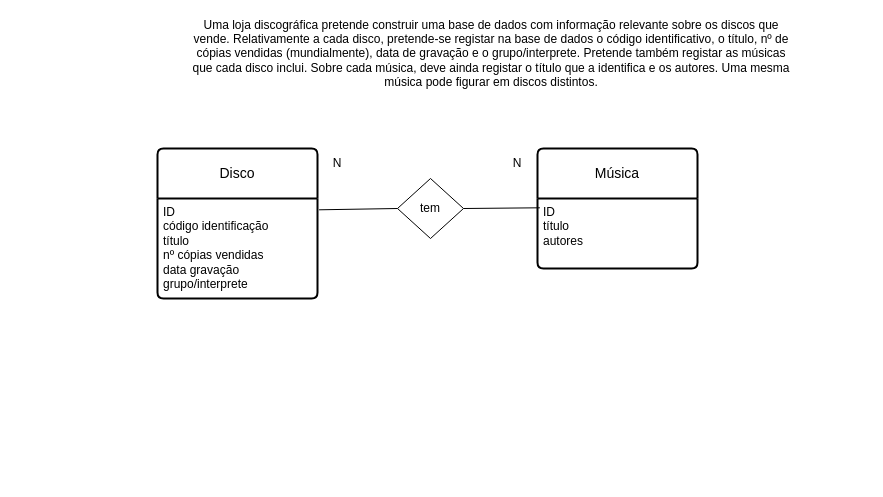
f06cruz/Bases-Dados keeps this draw.io diagram as page "Página-5" (5 of 6) of PL/PL01.drawio. Above is the earlier version. Source tidied: cells renumbered, new cells numbered last; positions are measured from the earlier drawing's top-left corner, leaving out a move shared by most shapes. Both pictures are drawn from the tidied source at 100%, with x=0, y=0 at pixel (116, 38).
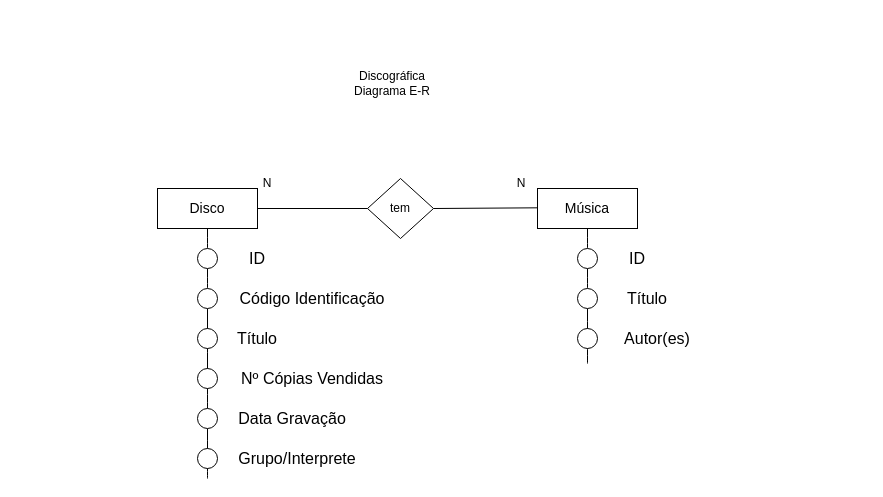
Above is the later version.

Change to the diagram source:
```diff
@@
-    <mxCell id="2" value="Uma loja discográfica pretende construir uma base de dados com informação relevante sobre os discos que &lt;br/&gt;vende. Relativamente a cada disco, pretende-se registar na base de dados o código identificativo, o título, nº de &lt;br/&gt;cópias vendidas (mundialmente), data de gravação e o grupo/interprete. Pretende também registar as músicas &lt;br/&gt;que cada disco inclui. Sobre cada música, deve ainda registar o título que a identifica e os autores. Uma mesma &lt;br/&gt;música pode figurar em discos distintos. " style="text;html=1;whiteSpace=wrap;strokeColor=none;fillColor=none;align=center;verticalAlign=middle;rounded=0;" parent="1" vertex="1">
-      <mxGeometry width="750" height="30" as="geometry" />
+    <mxCell id="2" value="Discográfica&lt;div&gt;Diagrama E-R&lt;/div&gt;" style="text;html=1;whiteSpace=wrap;strokeColor=none;fillColor=none;align=center;verticalAlign=middle;rounded=0;" parent="1" vertex="1">
+      <mxGeometry x="-99" y="30" width="750" height="30" as="geometry" />
     </mxCell>
-    <mxCell id="3" value="Disco" style="swimlane;horizontal=1;startSize=50;rounded=1;fontSize=14;fontStyle=0;strokeWidth=2;shadow=0;dashed=0;align=center;arcSize=4;whiteSpace=wrap;html=1;" parent="1" vertex="1">
-      <mxGeometry x="41" y="110" width="160" height="150" as="geometry" />
-    </mxCell>
-    <mxCell id="4" value="ID&lt;div&gt;código identificação&lt;/div&gt;&lt;div&gt;título&lt;/div&gt;&lt;div&gt;nº cópias vendidas&lt;/div&gt;&lt;div&gt;data gravação&lt;/div&gt;&lt;div&gt;grupo/interprete&lt;/div&gt;" style="align=left;strokeColor=none;fillColor=none;spacingLeft=4;spacingRight=4;fontSize=12;verticalAlign=top;html=1;whiteSpace=wrap;" parent="3" vertex="1">
-      <mxGeometry y="50" width="160" height="100" as="geometry" />
-    </mxCell>
-    <mxCell id="5" value="Música" style="swimlane;horizontal=1;startSize=50;rounded=1;fontSize=14;fontStyle=0;strokeWidth=2;shadow=0;dashed=0;align=center;arcSize=4;whiteSpace=wrap;html=1;" parent="1" vertex="1">
-      <mxGeometry x="421" y="110" width="160" height="120" as="geometry" />
-    </mxCell>
-    <mxCell id="6" value="ID&lt;div&gt;título&lt;/div&gt;&lt;div&gt;autores&lt;/div&gt;" style="align=left;strokeColor=none;fillColor=none;spacingLeft=4;spacingRight=4;fontSize=12;verticalAlign=top;html=1;whiteSpace=wrap;" parent="5" vertex="1">
-      <mxGeometry y="50" width="160" height="70" as="geometry" />
-    </mxCell>
     <mxCell id="7" value="tem" style="shape=rhombus;perimeter=rhombusPerimeter;whiteSpace=wrap;html=1;align=center;" parent="1" vertex="1">
-      <mxGeometry x="281" y="140" width="66" height="60" as="geometry" />
+      <mxGeometry x="251" y="140" width="66" height="60" as="geometry" />
     </mxCell>
     <mxCell id="8" value="N" style="text;html=1;whiteSpace=wrap;strokeColor=none;fillColor=none;align=center;verticalAlign=middle;rounded=0;" parent="1" vertex="1">
-      <mxGeometry x="371" y="110" width="60" height="30" as="geometry" />
+      <mxGeometry x="375" y="130" width="60" height="30" as="geometry" />
     </mxCell>
     <mxCell id="9" value="N" style="text;html=1;whiteSpace=wrap;strokeColor=none;fillColor=none;align=center;verticalAlign=middle;rounded=0;" parent="1" vertex="1">
-      <mxGeometry x="191" y="110" width="60" height="30" as="geometry" />
+      <mxGeometry x="121" y="130" width="60" height="30" as="geometry" />
     </mxCell>
-    <mxCell id="10" style="endArrow=none;html=1;rounded=0;entryX=0;entryY=0.5;entryDx=0;entryDy=0;exitX=1.01;exitY=0.113;exitDx=0;exitDy=0;exitPerimeter=0;" parent="1" edge="1" source="4" target="7">
+    <mxCell id="10" style="endArrow=none;html=1;rounded=0;entryX=0;entryY=0.5;entryDx=0;entryDy=0;exitX=1;exitY=0.5;exitDx=0;exitDy=0;" parent="1" edge="1" source="3" target="7">
       <mxGeometry relative="1" as="geometry" />
     </mxCell>
-    <mxCell id="11" style="endArrow=none;html=1;rounded=0;exitX=1;exitY=0.5;exitDx=0;exitDy=0;entryX=0.015;entryY=0.133;entryDx=0;entryDy=0;entryPerimeter=0;" parent="1" edge="1" source="7" target="6">
-      <mxGeometry relative="1" as="geometry" />
+    <mxCell id="11" style="endArrow=none;html=1;rounded=0;exitX=1;exitY=0.5;exitDx=0;exitDy=0;entryX=0.015;entryY=0.133;entryDx=0;entryDy=0;entryPerimeter=0;" parent="1" edge="1" source="7">
+      <mxGeometry relative="1" as="geometry">
+        <mxPoint x="423.4" y="169.3" as="targetPoint" />
+      </mxGeometry>
     </mxCell>
+    <mxCell id="3" value="&lt;span style=&quot;font-size: 14px;&quot;&gt;Disco&lt;/span&gt;" style="whiteSpace=wrap;html=1;align=center;" parent="1" vertex="1">
+      <mxGeometry x="41" y="150" width="100" height="40" as="geometry" />
+    </mxCell>
+    <mxCell id="12" style="endArrow=none;html=1;rounded=0;fontSize=12;startSize=8;endSize=8;curved=1;entryX=0.5;entryY=1;entryDx=0;entryDy=0;" parent="1" edge="1" source="14" target="3">
+      <mxGeometry relative="1" as="geometry" />
+    </mxCell>
+    <mxCell id="13" style="endArrow=none;html=1;rounded=0;fontSize=12;startSize=8;endSize=8;curved=1;entryX=0.5;entryY=1;entryDx=0;entryDy=0;" parent="1" edge="1" source="16" target="14">
+      <mxGeometry relative="1" as="geometry" />
+    </mxCell>
+    <mxCell id="14" style="ellipse;whiteSpace=wrap;html=1;" parent="1" vertex="1">
+      <mxGeometry x="81" y="210" width="20" height="20" as="geometry" />
+    </mxCell>
+    <mxCell id="15" style="endArrow=none;html=1;rounded=0;fontSize=12;startSize=8;endSize=8;curved=1;entryX=0.5;entryY=1;entryDx=0;entryDy=0;" parent="1" edge="1" source="20" target="16">
+      <mxGeometry relative="1" as="geometry" />
+    </mxCell>
+    <mxCell id="16" style="ellipse;whiteSpace=wrap;html=1;" parent="1" vertex="1">
+      <mxGeometry x="81" y="250" width="20" height="20" as="geometry" />
+    </mxCell>
+    <mxCell id="17" style="ellipse;whiteSpace=wrap;html=1;" parent="1" vertex="1">
+      <mxGeometry x="81" y="290" width="20" height="20" as="geometry" />
+    </mxCell>
+    <mxCell id="18" style="ellipse;whiteSpace=wrap;html=1;" parent="1" vertex="1">
+      <mxGeometry x="81" y="330" width="20" height="20" as="geometry" />
+    </mxCell>
+    <mxCell id="19" style="endArrow=none;html=1;rounded=0;fontSize=12;startSize=8;endSize=8;curved=1;entryX=0.5;entryY=1;entryDx=0;entryDy=0;" parent="1" edge="1" target="20">
+      <mxGeometry relative="1" as="geometry">
+        <mxPoint x="91" y="440" as="sourcePoint" />
+      </mxGeometry>
+    </mxCell>
+    <mxCell id="20" style="ellipse;whiteSpace=wrap;html=1;" parent="1" vertex="1">
+      <mxGeometry x="81" y="370" width="20" height="20" as="geometry" />
+    </mxCell>
+    <mxCell id="21" value="ID" style="text;html=1;whiteSpace=wrap;strokeColor=none;fillColor=none;align=center;verticalAlign=middle;rounded=0;fontSize=16;" parent="1" vertex="1">
+      <mxGeometry x="111" y="205" width="60" height="30" as="geometry" />
+    </mxCell>
+    <mxCell id="22" value="Código Identificação" style="text;html=1;whiteSpace=wrap;strokeColor=none;fillColor=none;align=center;verticalAlign=middle;rounded=0;fontSize=16;" parent="1" vertex="1">
+      <mxGeometry x="111" y="245" width="170" height="30" as="geometry" />
+    </mxCell>
+    <mxCell id="23" value="Título" style="text;html=1;whiteSpace=wrap;strokeColor=none;fillColor=none;align=center;verticalAlign=middle;rounded=0;fontSize=16;" parent="1" vertex="1">
+      <mxGeometry x="111" y="285" width="60" height="30" as="geometry" />
+    </mxCell>
+    <mxCell id="24" value="Nº Cópias Vendidas" style="text;html=1;whiteSpace=wrap;strokeColor=none;fillColor=none;align=center;verticalAlign=middle;rounded=0;fontSize=16;" parent="1" vertex="1">
+      <mxGeometry x="111" y="325" width="170" height="30" as="geometry" />
+    </mxCell>
+    <mxCell id="25" value="Data Gravação" style="text;html=1;whiteSpace=wrap;strokeColor=none;fillColor=none;align=center;verticalAlign=middle;rounded=0;fontSize=16;" parent="1" vertex="1">
+      <mxGeometry x="101" y="365" width="150" height="30" as="geometry" />
+    </mxCell>
+    <mxCell id="26" style="ellipse;whiteSpace=wrap;html=1;" parent="1" vertex="1">
+      <mxGeometry x="81" y="410" width="20" height="20" as="geometry" />
+    </mxCell>
+    <mxCell id="27" value="Grupo/Interprete" style="text;html=1;whiteSpace=wrap;strokeColor=none;fillColor=none;align=center;verticalAlign=middle;rounded=0;fontSize=16;" parent="1" vertex="1">
+      <mxGeometry x="101" y="405" width="160" height="30" as="geometry" />
+    </mxCell>
+    <mxCell id="5" value="&lt;span style=&quot;font-size: 14px;&quot;&gt;Música&lt;/span&gt;" style="whiteSpace=wrap;html=1;align=center;" parent="1" vertex="1">
+      <mxGeometry x="421" y="150" width="100" height="40" as="geometry" />
+    </mxCell>
+    <mxCell id="28" style="endArrow=none;html=1;rounded=0;fontSize=12;startSize=8;endSize=8;curved=1;entryX=0.5;entryY=1;entryDx=0;entryDy=0;" parent="1" edge="1" source="30" target="5">
+      <mxGeometry relative="1" as="geometry" />
+    </mxCell>
+    <mxCell id="29" style="endArrow=none;html=1;rounded=0;fontSize=12;startSize=8;endSize=8;curved=1;entryX=0.5;entryY=1;entryDx=0;entryDy=0;" parent="1" edge="1" source="32" target="30">
+      <mxGeometry relative="1" as="geometry" />
+    </mxCell>
+    <mxCell id="30" style="ellipse;whiteSpace=wrap;html=1;" parent="1" vertex="1">
+      <mxGeometry x="461" y="210" width="20" height="20" as="geometry" />
+    </mxCell>
+    <mxCell id="31" style="endArrow=none;html=1;rounded=0;fontSize=12;startSize=8;endSize=8;curved=1;entryX=0.5;entryY=1;entryDx=0;entryDy=0;" parent="1" edge="1" target="32">
+      <mxGeometry relative="1" as="geometry">
+        <mxPoint x="471" y="325" as="sourcePoint" />
+      </mxGeometry>
+    </mxCell>
+    <mxCell id="32" style="ellipse;whiteSpace=wrap;html=1;" parent="1" vertex="1">
+      <mxGeometry x="461" y="250" width="20" height="20" as="geometry" />
+    </mxCell>
+    <mxCell id="33" style="ellipse;whiteSpace=wrap;html=1;" parent="1" vertex="1">
+      <mxGeometry x="461" y="290" width="20" height="20" as="geometry" />
+    </mxCell>
+    <mxCell id="34" value="ID" style="text;html=1;whiteSpace=wrap;strokeColor=none;fillColor=none;align=center;verticalAlign=middle;rounded=0;fontSize=16;" parent="1" vertex="1">
+      <mxGeometry x="491" y="205" width="60" height="30" as="geometry" />
+    </mxCell>
+    <mxCell id="35" value="Título" style="text;html=1;whiteSpace=wrap;strokeColor=none;fillColor=none;align=center;verticalAlign=middle;rounded=0;fontSize=16;" parent="1" vertex="1">
+      <mxGeometry x="491" y="245" width="80" height="30" as="geometry" />
+    </mxCell>
+    <mxCell id="36" value="Autor(es)" style="text;html=1;whiteSpace=wrap;strokeColor=none;fillColor=none;align=center;verticalAlign=middle;rounded=0;fontSize=16;" parent="1" vertex="1">
+      <mxGeometry x="491" y="285" width="100" height="30" as="geometry" />
+    </mxCell>
```
